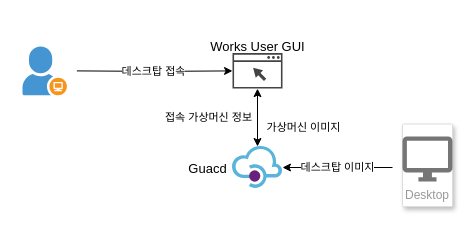
Above: page "사용자" (3 of 3) of docs/assets/drowio/Works-architecture.drawio in ablecloud-team/ablestack-docs (draw.io), before the change. Source tidied: cells renumbered, new cells numbered last; positions are measured from the earlier drawing's top-left corner, leaving out a move shared by most shapes. Both pictures are drawn from the tidied source at 100%, with x=0, y=0 at pixel (22, 36).
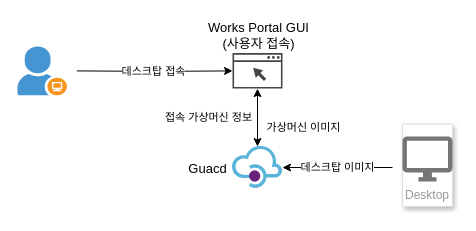
The same diagram, later.

Commit message (it also covers changes not shown here):
Works 아키텍처 수정 및 사용자 포털 UI 수정

Diff of the diagram source:
```diff
@@
     <mxCell id="4" style="shadow=0;dashed=0;html=1;strokeColor=none;fillColor=#4495D1;labelPosition=center;verticalLabelPosition=bottom;verticalAlign=top;align=center;shape=mxgraph.veeam.company_user;sketch=0;fontFamily=D2Coding ligature;fontSize=15;" parent="1" vertex="1">
-      <mxGeometry y="10" width="44.4" height="48.8" as="geometry" />
+      <mxGeometry x="-5" y="10" width="49.4" height="48.8" as="geometry" />
     </mxCell>
@@
-    <mxCell id="13" value="Works User GUI" style="text;html=1;align=center;verticalAlign=middle;strokeColor=none;fillColor=none;fontSize=13;fontFamily=D2Coding ligature;" parent="1" vertex="1">
-      <mxGeometry x="180" width="110" height="20" as="geometry" />
+    <mxCell id="13" value="Works Portal GUI&lt;br&gt;(사용자 접속)" style="text;html=1;align=center;verticalAlign=middle;strokeColor=none;fillColor=none;fontSize=13;fontFamily=D2Coding ligature;" parent="1" vertex="1">
+      <mxGeometry x="184" y="-19" width="103" height="36" as="geometry" />
     </mxCell>
```
